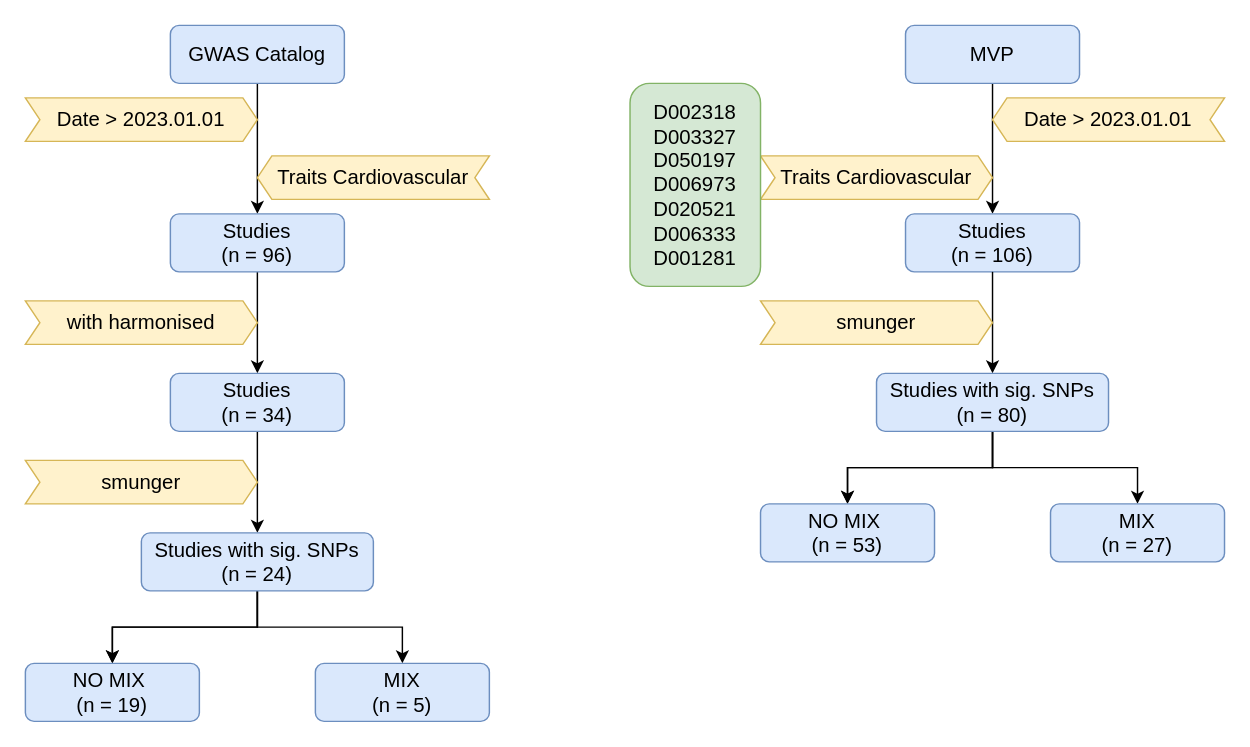
This is 未命名绘图.drawio from jimmy-moqin/drawio, a draw.io file, before an edit. Source tidied: cells renumbered, new cells numbered last; positions are measured from the earlier drawing's top-left corner, leaving out a move shared by most shapes. Both pictures are drawn from the tidied source at 145%, with x=0, y=0 at pixel (25, 25).
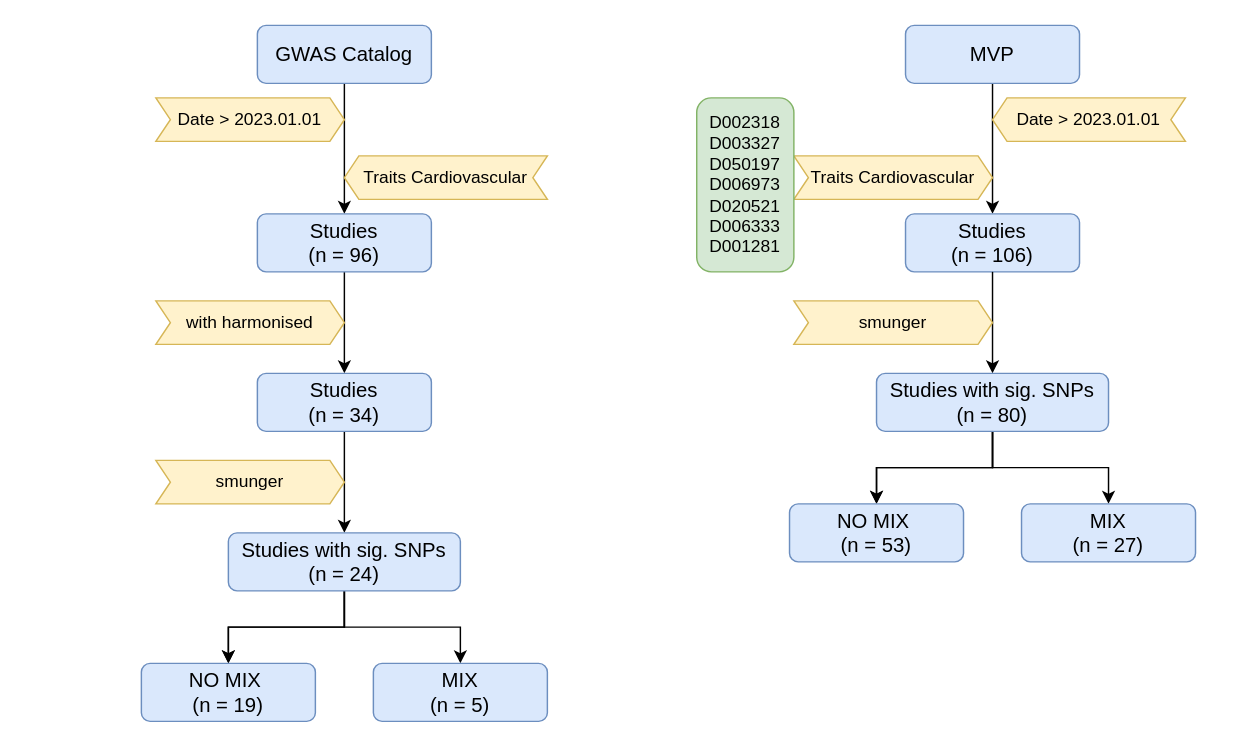
The same page after the edit.

Commit message:
更新未命名绘图.drawio

The edit, as a diff of the source:
```diff
@@
     <mxCell id="3" value="GWAS Catalog" style="rounded=1;whiteSpace=wrap;html=1;fontSize=14;fillColor=#dae8fc;strokeColor=#6c8ebf;" parent="1" vertex="1">
-      <mxGeometry x="100" width="120" height="40" as="geometry" />
+      <mxGeometry x="160" width="120" height="40" as="geometry" />
     </mxCell>
-    <mxCell id="4" value="Date &amp;gt; 2023.01.01" style="shape=step;perimeter=stepPerimeter;whiteSpace=wrap;html=1;fixedSize=1;size=10;fontSize=14;fillColor=#fff2cc;strokeColor=#d6b656;" parent="1" vertex="1">
-      <mxGeometry y="50" width="160" height="30" as="geometry" />
+    <mxCell id="4" value="Date &amp;gt; 2023.01.01" style="shape=step;perimeter=stepPerimeter;whiteSpace=wrap;html=1;fixedSize=1;size=10;fontSize=12;fillColor=#fff2cc;strokeColor=#d6b656;" parent="1" vertex="1">
+      <mxGeometry x="90" y="50" width="130" height="30" as="geometry" />
     </mxCell>
@@
     <mxCell id="6" value="Studies&lt;br&gt;(n = 96)" style="rounded=1;whiteSpace=wrap;html=1;fontSize=14;fillColor=#dae8fc;strokeColor=#6c8ebf;" parent="1" vertex="1">
-      <mxGeometry x="100" y="130" width="120" height="40" as="geometry" />
+      <mxGeometry x="160" y="130" width="120" height="40" as="geometry" />
     </mxCell>
-    <mxCell id="7" value="Traits&amp;nbsp;Cardiovascular" style="shape=step;perimeter=stepPerimeter;whiteSpace=wrap;html=1;fixedSize=1;size=10;fontSize=14;flipH=1;fillColor=#fff2cc;strokeColor=#d6b656;" parent="1" vertex="1">
-      <mxGeometry x="160" y="90" width="160" height="30" as="geometry" />
+    <mxCell id="7" value="Traits&amp;nbsp;Cardiovascular" style="shape=step;perimeter=stepPerimeter;whiteSpace=wrap;html=1;fixedSize=1;size=10;fontSize=12;flipH=1;fillColor=#fff2cc;strokeColor=#d6b656;" parent="1" vertex="1">
+      <mxGeometry x="220" y="90" width="140" height="30" as="geometry" />
     </mxCell>
@@
     <mxCell id="9" value="Studies&lt;br&gt;(n = 34)" style="rounded=1;whiteSpace=wrap;html=1;fontSize=14;fillColor=#dae8fc;strokeColor=#6c8ebf;" parent="1" vertex="1">
-      <mxGeometry x="100" y="240" width="120" height="40" as="geometry" />
+      <mxGeometry x="160" y="240" width="120" height="40" as="geometry" />
     </mxCell>
-    <mxCell id="10" value="with harmonised" style="shape=step;perimeter=stepPerimeter;whiteSpace=wrap;html=1;fixedSize=1;size=10;fontSize=14;fillColor=#fff2cc;strokeColor=#d6b656;" parent="1" vertex="1">
-      <mxGeometry y="190" width="160" height="30" as="geometry" />
+    <mxCell id="10" value="with harmonised" style="shape=step;perimeter=stepPerimeter;whiteSpace=wrap;html=1;fixedSize=1;size=10;fontSize=12;fillColor=#fff2cc;strokeColor=#d6b656;" parent="1" vertex="1">
+      <mxGeometry x="90" y="190" width="130" height="30" as="geometry" />
     </mxCell>
@@
     <mxCell id="14" value="Studies with sig. SNPs&lt;br&gt;(n = 24)" style="rounded=1;whiteSpace=wrap;html=1;fontSize=14;fillColor=#dae8fc;strokeColor=#6c8ebf;" parent="1" vertex="1">
-      <mxGeometry x="80" y="350" width="160" height="40" as="geometry" />
+      <mxGeometry x="140" y="350" width="160" height="40" as="geometry" />
     </mxCell>
-    <mxCell id="15" value="smunger" style="shape=step;perimeter=stepPerimeter;whiteSpace=wrap;html=1;fixedSize=1;size=10;fontSize=14;fillColor=#fff2cc;strokeColor=#d6b656;" parent="1" vertex="1">
-      <mxGeometry y="300" width="160" height="30" as="geometry" />
+    <mxCell id="15" value="smunger" style="shape=step;perimeter=stepPerimeter;whiteSpace=wrap;html=1;fixedSize=1;size=10;fontSize=12;fillColor=#fff2cc;strokeColor=#d6b656;" parent="1" vertex="1">
+      <mxGeometry x="90" y="300" width="130" height="30" as="geometry" />
     </mxCell>
     <mxCell id="16" value="NO MIX&amp;nbsp;&lt;br&gt;(n = 19)" style="rounded=1;whiteSpace=wrap;html=1;fontSize=14;fillColor=#dae8fc;strokeColor=#6c8ebf;" parent="1" vertex="1">
-      <mxGeometry y="440" width="120" height="40" as="geometry" />
+      <mxGeometry x="80" y="440" width="120" height="40" as="geometry" />
     </mxCell>
     <mxCell id="17" value="MIX&lt;br&gt;(n = 5)" style="rounded=1;whiteSpace=wrap;html=1;fontSize=14;fillColor=#dae8fc;strokeColor=#6c8ebf;" parent="1" vertex="1">
-      <mxGeometry x="200" y="440" width="120" height="40" as="geometry" />
+      <mxGeometry x="240" y="440" width="120" height="40" as="geometry" />
     </mxCell>
@@
-    <mxCell id="20" value="Date &amp;gt; 2023.01.01" style="shape=step;perimeter=stepPerimeter;whiteSpace=wrap;html=1;fixedSize=1;size=10;fontSize=14;fillColor=#fff2cc;strokeColor=#d6b656;flipH=1;" parent="1" vertex="1">
-      <mxGeometry x="667" y="50" width="160" height="30" as="geometry" />
+    <mxCell id="20" value="Date &amp;gt; 2023.01.01" style="shape=step;perimeter=stepPerimeter;whiteSpace=wrap;html=1;fixedSize=1;size=10;fontSize=12;fillColor=#fff2cc;strokeColor=#d6b656;flipH=1;" parent="1" vertex="1">
+      <mxGeometry x="667" y="50" width="133" height="30" as="geometry" />
     </mxCell>
@@
-    <mxCell id="22" value="Traits&amp;nbsp;Cardiovascular" style="shape=step;perimeter=stepPerimeter;whiteSpace=wrap;html=1;fixedSize=1;size=10;fontSize=14;flipH=0;fillColor=#fff2cc;strokeColor=#d6b656;" parent="1" vertex="1">
-      <mxGeometry x="507" y="90" width="160" height="30" as="geometry" />
+    <mxCell id="22" value="Traits&amp;nbsp;Cardiovascular" style="shape=step;perimeter=stepPerimeter;whiteSpace=wrap;html=1;fixedSize=1;size=10;fontSize=12;flipH=0;fillColor=#fff2cc;strokeColor=#d6b656;" parent="1" vertex="1">
+      <mxGeometry x="530" y="90" width="137" height="30" as="geometry" />
     </mxCell>
@@
-    <mxCell id="28" value="smunger" style="shape=step;perimeter=stepPerimeter;whiteSpace=wrap;html=1;fixedSize=1;size=10;fontSize=14;fillColor=#fff2cc;strokeColor=#d6b656;" parent="1" vertex="1">
-      <mxGeometry x="507" y="190" width="160" height="30" as="geometry" />
+    <mxCell id="28" value="smunger" style="shape=step;perimeter=stepPerimeter;whiteSpace=wrap;html=1;fixedSize=1;size=10;fontSize=12;fillColor=#fff2cc;strokeColor=#d6b656;" parent="1" vertex="1">
+      <mxGeometry x="530" y="190" width="137" height="30" as="geometry" />
     </mxCell>
     <mxCell id="29" value="NO MIX&amp;nbsp;&lt;br&gt;(n = 53)" style="rounded=1;whiteSpace=wrap;html=1;fontSize=14;fillColor=#dae8fc;strokeColor=#6c8ebf;" parent="1" vertex="1">
-      <mxGeometry x="507" y="330" width="120" height="40" as="geometry" />
+      <mxGeometry x="527" y="330" width="120" height="40" as="geometry" />
     </mxCell>
     <mxCell id="30" value="MIX&lt;br&gt;(n = 27)" style="rounded=1;whiteSpace=wrap;html=1;fontSize=14;fillColor=#dae8fc;strokeColor=#6c8ebf;" parent="1" vertex="1">
-      <mxGeometry x="707" y="330" width="120" height="40" as="geometry" />
+      <mxGeometry x="687" y="330" width="120" height="40" as="geometry" />
     </mxCell>
-    <mxCell id="31" value="&lt;span style=&quot;font-size: 14px; background-color: initial;&quot;&gt;D002318&lt;/span&gt;&lt;br&gt;&lt;span style=&quot;font-size: 14px; background-color: initial;&quot;&gt;D003327&lt;/span&gt;&lt;br&gt;&lt;span style=&quot;font-size: 14px; background-color: initial;&quot;&gt;D050197&lt;/span&gt;&lt;br&gt;&lt;span style=&quot;font-size: 14px; background-color: initial;&quot;&gt;D006973&lt;/span&gt;&lt;br&gt;&lt;span style=&quot;font-size: 14px; background-color: initial;&quot;&gt;D020521&lt;/span&gt;&lt;br&gt;&lt;span style=&quot;font-size: 14px; background-color: initial;&quot;&gt;D006333&lt;/span&gt;&lt;br&gt;&lt;span style=&quot;font-size: 14px; background-color: initial;&quot;&gt;D001281&lt;/span&gt;" style="rounded=1;whiteSpace=wrap;html=1;fillColor=#d5e8d4;strokeColor=#82b366;" parent="1" vertex="1">
-      <mxGeometry x="417" y="40" width="90" height="140" as="geometry" />
+    <mxCell id="31" value="&lt;font&gt;&lt;span style=&quot;background-color: initial;&quot;&gt;D002318&lt;/span&gt;&lt;br&gt;&lt;span style=&quot;background-color: initial;&quot;&gt;D003327&lt;/span&gt;&lt;br&gt;&lt;span style=&quot;background-color: initial;&quot;&gt;D050197&lt;/span&gt;&lt;br&gt;&lt;span style=&quot;background-color: initial;&quot;&gt;D006973&lt;/span&gt;&lt;br&gt;&lt;span style=&quot;background-color: initial;&quot;&gt;D020521&lt;/span&gt;&lt;br&gt;&lt;span style=&quot;background-color: initial;&quot;&gt;D006333&lt;/span&gt;&lt;br&gt;&lt;span style=&quot;background-color: initial;&quot;&gt;D001281&lt;/span&gt;&lt;/font&gt;" style="rounded=1;whiteSpace=wrap;html=1;fillColor=#d5e8d4;strokeColor=#82b366;" parent="1" vertex="1">
+      <mxGeometry x="463" y="50" width="67" height="120" as="geometry" />
     </mxCell>
```
